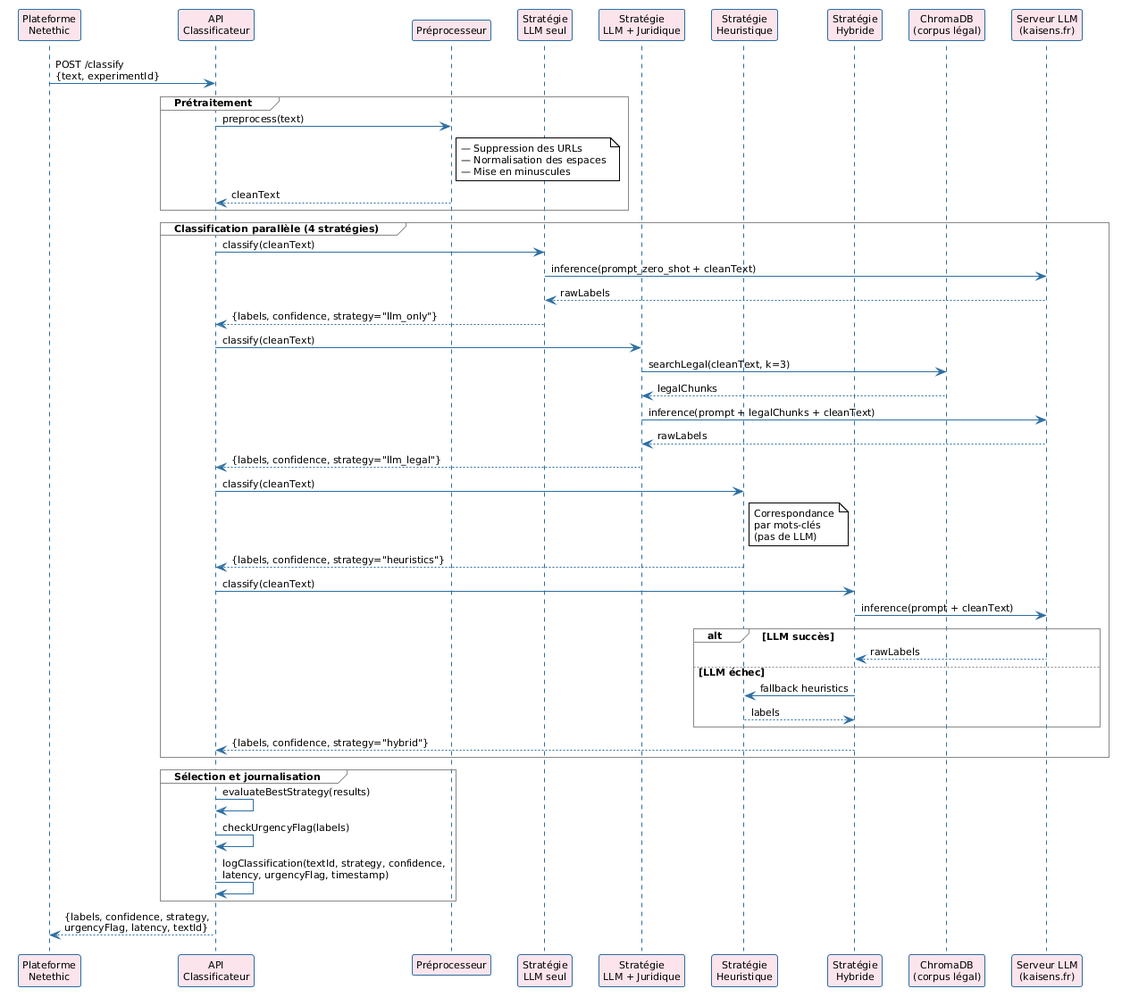
Before: diagramme/09_sequence_classificateur.png, a diagram exported from PlantUML (RedFalcon22/Rapport_ISTIC_2025_2026_v2).
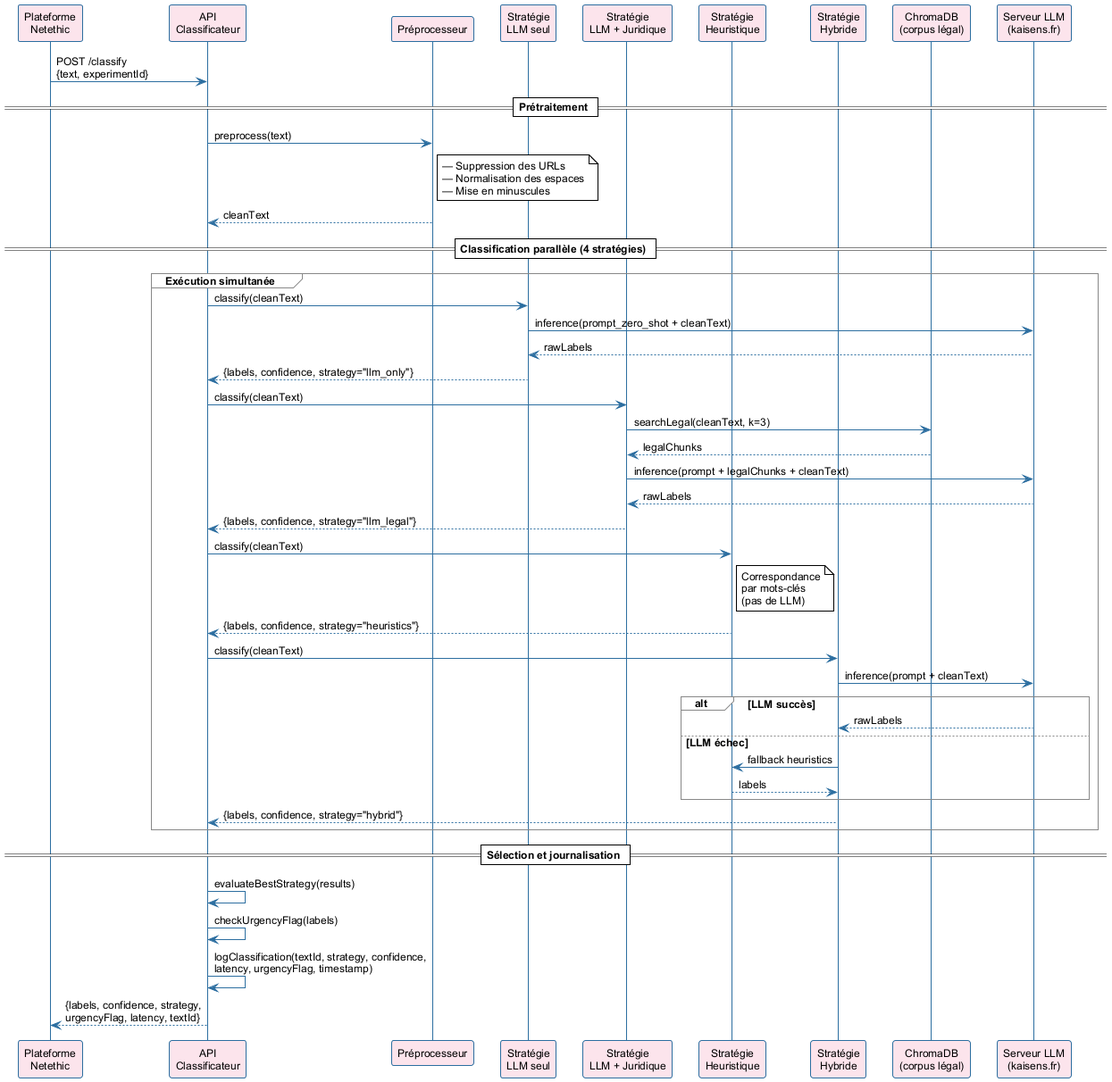
The same diagram one commit later.

Diff of the diagram source:
```diff
@@ -1,5 +1,4 @@
-@startuml
-
+@startuml sequence_classificateur
 !theme plain
 skinparam sequenceArrowColor #2C6EA0
 skinparam sequenceLifeLineBorderColor #2C6EA0
@@ -8,7 +7,7 @@
 skinparam sequenceActorBorderColor #1A3550
 skinparam sequenceGroupBorderColor #888888
 skinparam defaultFontName Arial
-skinparam defaultFontSize 11
+skinparam defaultFontSize 12
 
 
 participant "Plateforme\nNetethic" as Plat
@@ -23,13 +22,19 @@
 
 Plat -> API  : POST /classify\n{text, experimentId}
 
-group Prétraitement
-  API  -> Prep : preprocess(text)
-  note right of Prep : — Suppression des URLs\n— Normalisation des espaces\n— Mise en minuscules
-  Prep --> API  : cleanText
-end
+== Prétraitement ==
 
-group Classification parallèle (4 stratégies)
+API  -> Prep : preprocess(text)
+note right of Prep
+  — Suppression des URLs
+  — Normalisation des espaces
+  — Mise en minuscules
+end note
+Prep --> API  : cleanText
+
+== Classification parallèle (4 stratégies) ==
+
+group Exécution simultanée
 
   API  -> SLLM    : classify(cleanText)
   SLLM -> LLM     : inference(prompt_zero_shot + cleanText)
@@ -59,11 +64,12 @@
 
 end
 
-group Sélection et journalisation
-  API -> API : evaluateBestStrategy(results)
-  API -> API : checkUrgencyFlag(labels)
-  API -> API : logClassification(textId, strategy, confidence,\nlatency, urgencyFlag, timestamp)
-end
+== Sélection et journalisation ==
+
+API -> API : evaluateBestStrategy(results)
+API -> API : checkUrgencyFlag(labels)
+API -> API : logClassification(textId, strategy, confidence,\nlatency, urgencyFlag, timestamp)
 
 API --> Plat : {labels, confidence, strategy,\nurgencyFlag, latency, textId}
+
 @enduml
```
